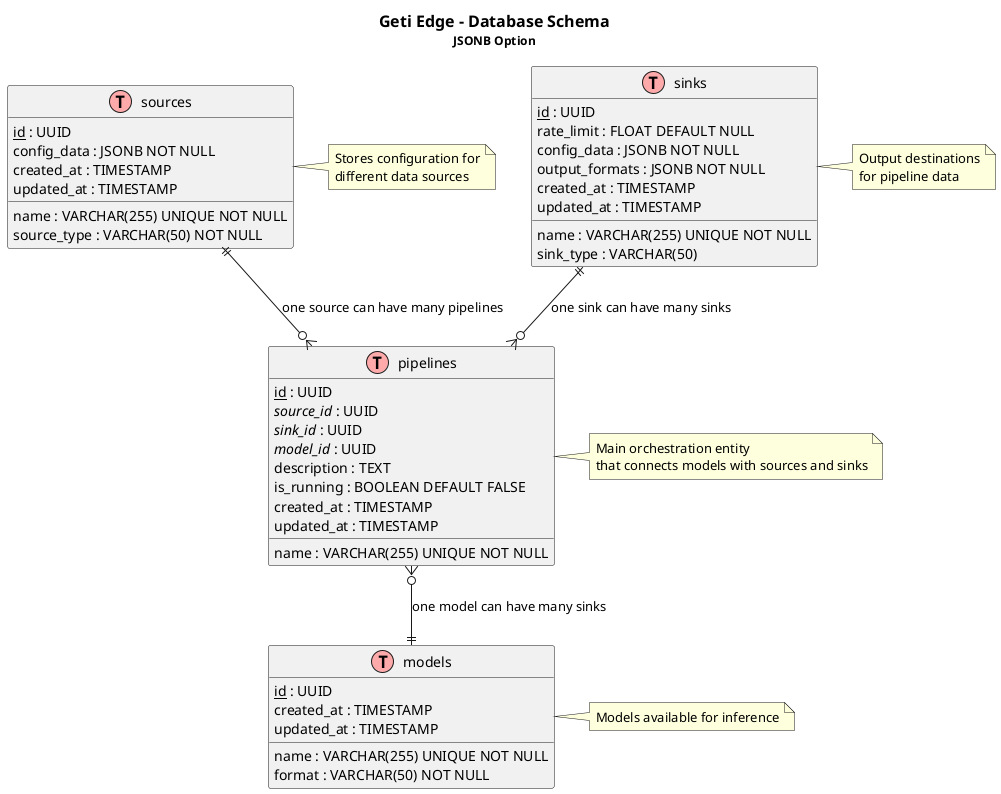
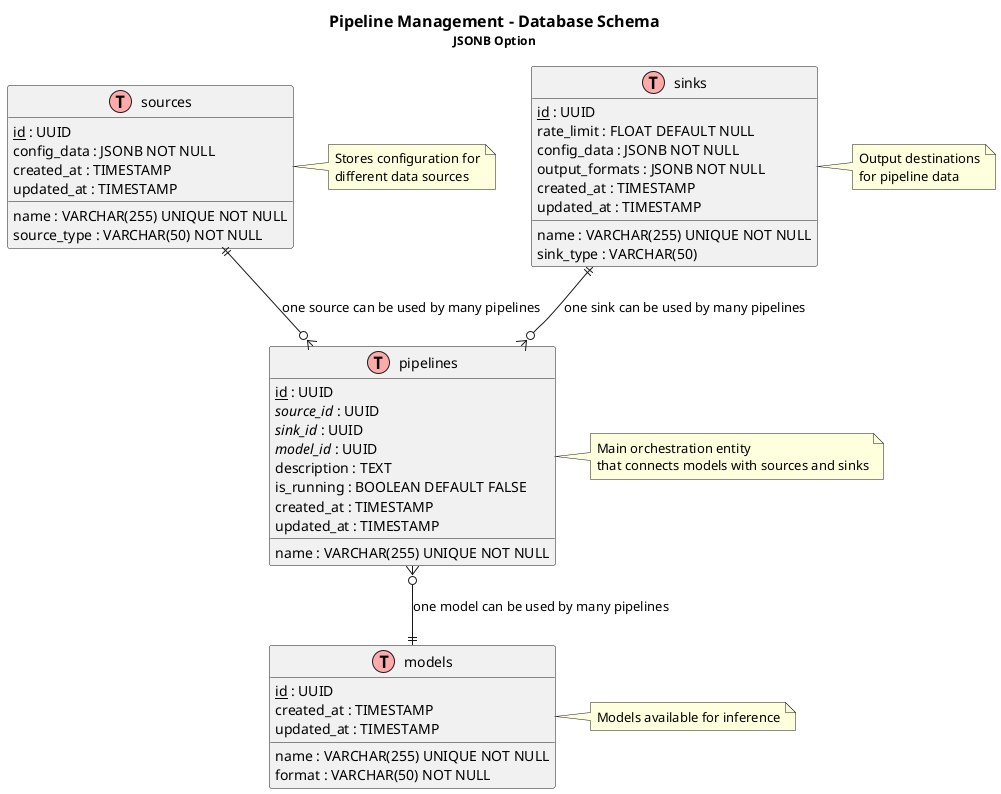
@startuml "JSONB-Option1"
!define table(x) class x << (T,#FFAAAA) >>
!define pk(x) <u>x</u>
!define fk(x) <i>x</i>

title
- <size:16><b>Geti Edge - Database Schema</b></size>
+ <size:16><b>Pipeline Management - Database Schema</b></size>
<size:12>JSONB Option</size>
end title

table(sources) {
  pk(id) : UUID
  name : VARCHAR(255) UNIQUE NOT NULL
  source_type : VARCHAR(50) NOT NULL
  config_data : JSONB NOT NULL
  created_at : TIMESTAMP
  updated_at : TIMESTAMP
}

table(pipelines) {
  pk(id) : UUID
  fk(source_id) : UUID
  fk(sink_id) : UUID
  fk(model_id) : UUID
  name : VARCHAR(255) UNIQUE NOT NULL
  description : TEXT
  is_running : BOOLEAN DEFAULT FALSE
  created_at : TIMESTAMP
  updated_at : TIMESTAMP
}

table(sinks) {
  pk(id) : UUID
  name : VARCHAR(255) UNIQUE NOT NULL
  sink_type : VARCHAR(50)
  rate_limit : FLOAT DEFAULT NULL
  config_data : JSONB NOT NULL
  output_formats : JSONB NOT NULL
  created_at : TIMESTAMP
  updated_at : TIMESTAMP
}

table(models) {
  pk(id) : UUID
  name : VARCHAR(255) UNIQUE NOT NULL
  format : VARCHAR(50) NOT NULL
  created_at : TIMESTAMP
  updated_at : TIMESTAMP
}

- sources ||--o{ pipelines : "one source can have many pipelines"
- sinks ||--o{ pipelines : "one sink can have many sinks"
- pipelines }o--|| models : "one model can have many sinks"
+ sources ||--o{ pipelines : "one source can be used by many pipelines"
+ sinks ||--o{ pipelines : "one sink can be used by many pipelines"
+ pipelines }o--|| models : "one model can be used by many pipelines"

note right of sources
  Stores configuration for
  different data sources
end note

note right of pipelines
  Main orchestration entity
  that connects models with sources and sinks
end note

note right of sinks
  Output destinations
  for pipeline data
end note

note right of models
  Models available for inference
end note

@enduml
